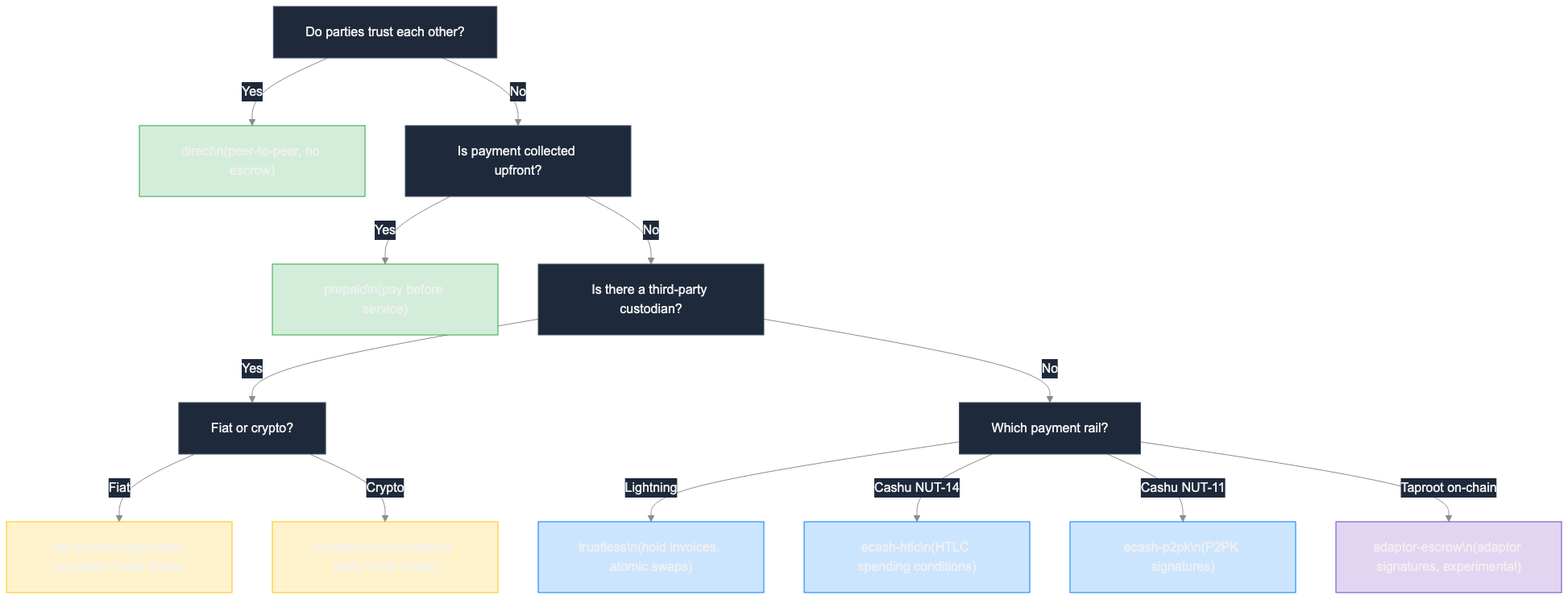
This is images/quote-1.png from forgesworn/nip-drafts, a Mermaid export, as it was before one commit. Its source is kept beside it as images/quote-1.mmd.
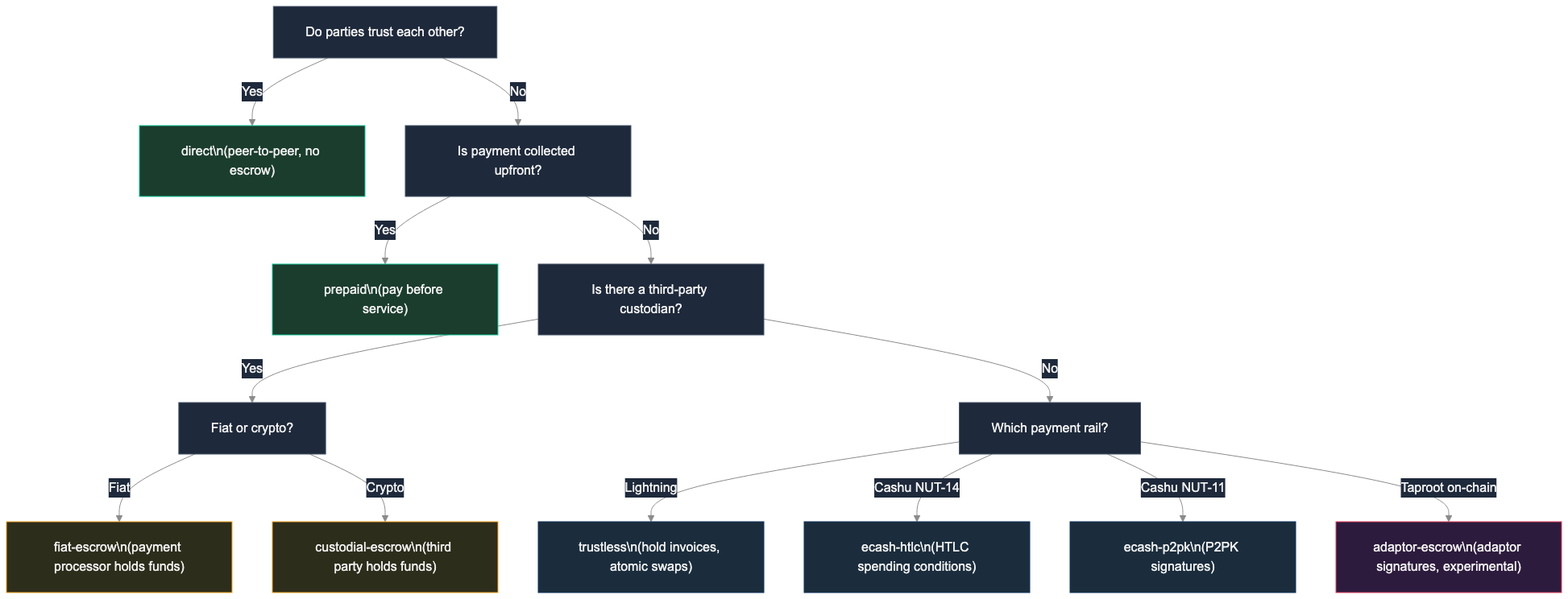
The same diagram one commit later.

Change to the diagram source:
```diff
@@ -12,11 +12,11 @@
     H -->|"Cashu NUT-11"| P2PK["ecash-p2pk\n(P2PK signatures)"]
     H -->|"Taproot on-chain"| AS["adaptor-escrow\n(adaptor signatures, experimental)"]
 
-    style D fill:#d4edda,stroke:#28a745
-    style P fill:#d4edda,stroke:#28a745
-    style F fill:#fff3cd,stroke:#ffc107
-    style G fill:#fff3cd,stroke:#ffc107
-    style T fill:#cce5ff,stroke:#007bff
-    style HTLC fill:#cce5ff,stroke:#007bff
-    style P2PK fill:#cce5ff,stroke:#007bff
-    style AS fill:#e2d5f1,stroke:#6f42c1
+    style D fill:#1b3d2d,stroke:#16c79a
+    style P fill:#1b3d2d,stroke:#16c79a
+    style F fill:#2d2d1b,stroke:#f5a623
+    style G fill:#2d2d1b,stroke:#f5a623
+    style T fill:#1b2d3d,stroke:#0f3460
+    style HTLC fill:#1b2d3d,stroke:#0f3460
+    style P2PK fill:#1b2d3d,stroke:#0f3460
+    style AS fill:#2d1b3d,stroke:#e94560
```
